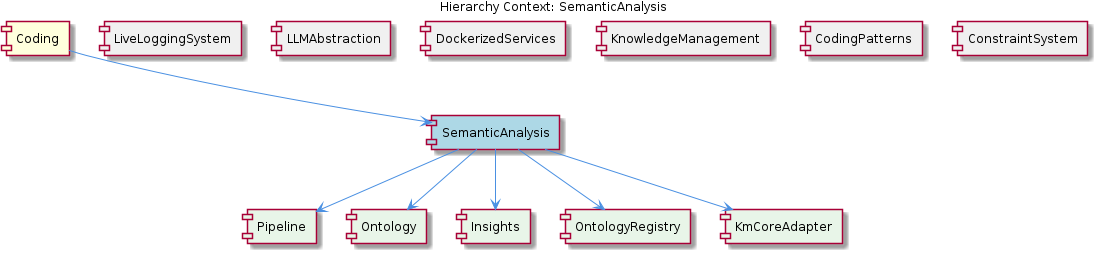
Earlier version of the PlantUML export knowledge-management/insights/images/semantic-analysis-relationship.png (fwornle/coding). Its source is kept beside it as .data/knowledge-graph/insights/puml/semantic-analysis-relationship.puml.
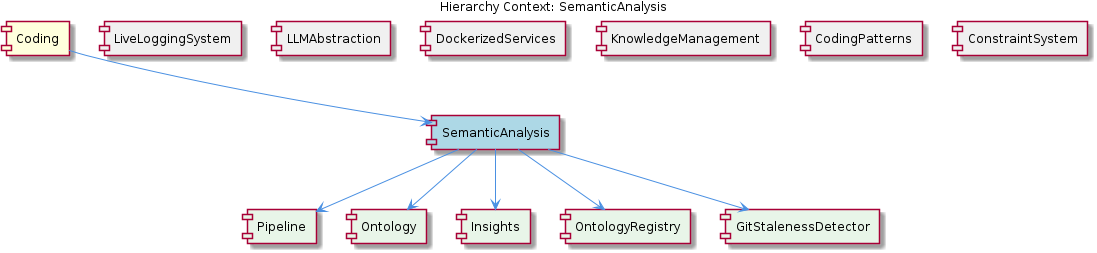
After the change.

The edit, as a diff of the source:
```diff
@@ -15,7 +15,7 @@
 [Ontology] as ontology #E8F5E8
 [Insights] as insights #E8F5E8
 [OntologyRegistry] as ontology_registry #E8F5E8
-[KmCoreAdapter] as km_core_adapter #E8F5E8
+[GitStalenessDetector] as git_staleness_detector #E8F5E8
 
 coding --> semantic_analysis
 live_logging_system -[hidden]- semantic_analysis
@@ -28,6 +28,6 @@
 semantic_analysis --> ontology
 semantic_analysis --> insights
 semantic_analysis --> ontology_registry
-semantic_analysis --> km_core_adapter
+semantic_analysis --> git_staleness_detector
 
 @enduml
```
